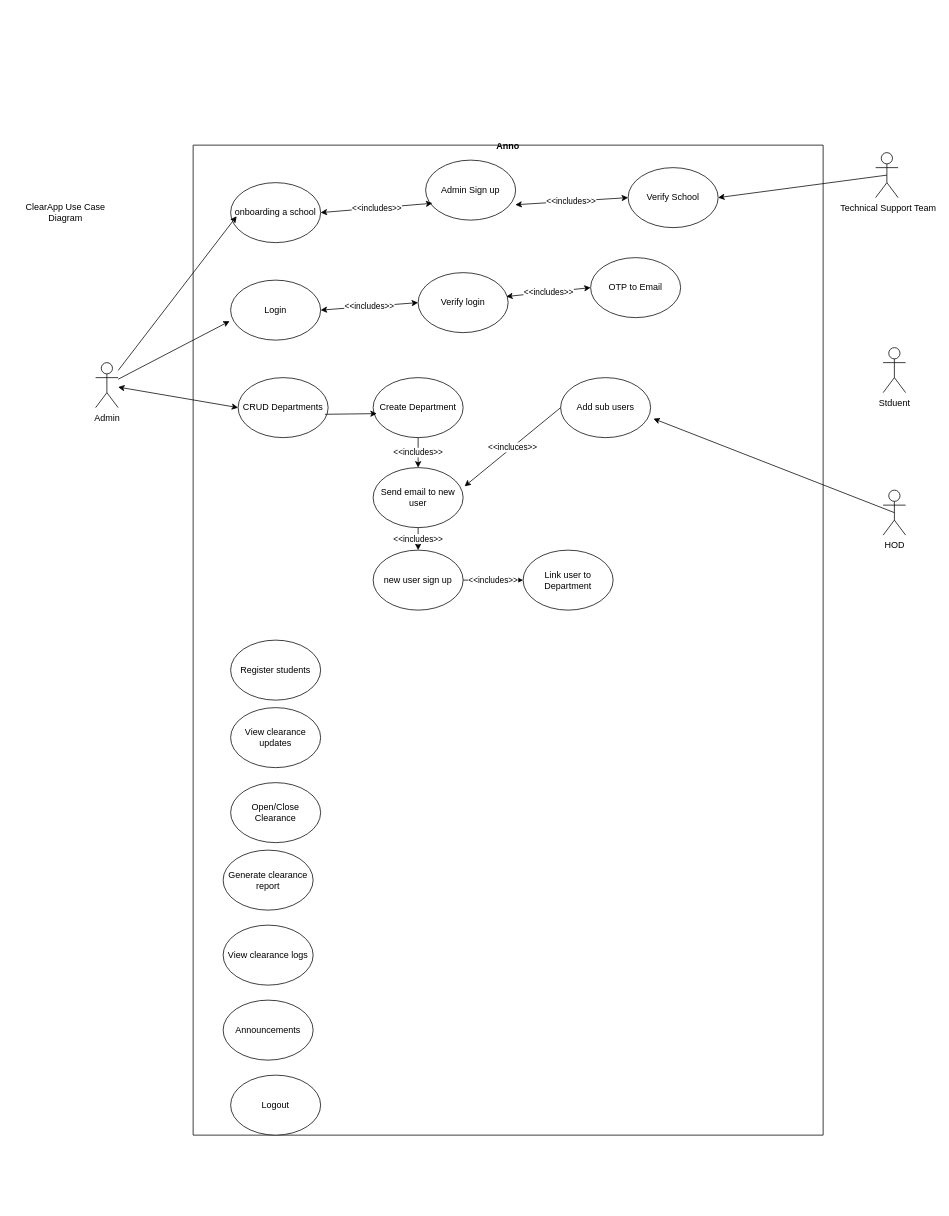
This is clearappuml.drawio from Reneboa-ITS/diagrams, a draw.io file, before an edit. Source tidied: cells renumbered, new cells numbered last; positions are measured from the earlier drawing's top-left corner, leaving out a move shared by most shapes. Both pictures are drawn from the tidied source at 75%, with x=0, y=0 at pixel (13, 145).
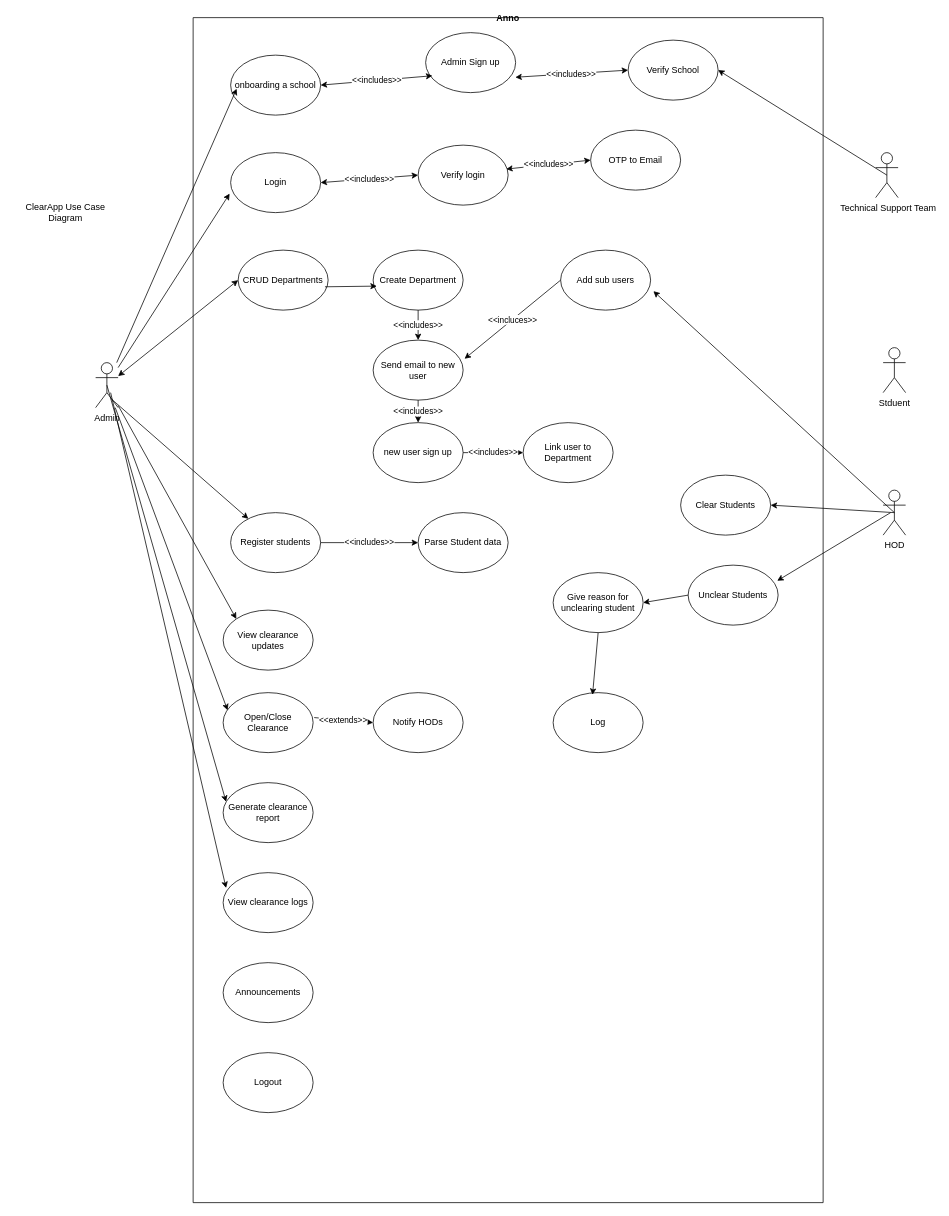
Above is the later version.

Unchanged cells that the change refers to:
```xml
<mxCell id="6" value="Register students" style="ellipse;whiteSpace=wrap;html=1;" parent="3" vertex="1">
  <mxGeometry x="50" y="660" width="120" height="80" as="geometry" />
</mxCell>
<mxCell id="32" value="Admin" style="shape=umlActor;verticalLabelPosition=bottom;verticalAlign=top;html=1;outlineConnect=0;" parent="1" vertex="1">
  <mxGeometry x="110" y="290" width="30" height="60" as="geometry" />
</mxCell>
<mxCell id="39" value="HOD&lt;div&gt;&lt;br&gt;&lt;/div&gt;" style="shape=umlActor;verticalLabelPosition=bottom;verticalAlign=top;html=1;outlineConnect=0;" parent="1" vertex="1">
  <mxGeometry x="1160" y="460" width="30" height="60" as="geometry" />
</mxCell>
```

What changed in the source:
```diff
@@
     <mxCell id="3" value="Anno" style="swimlane;startSize=0;" parent="1" vertex="1">
-      <mxGeometry x="240" width="840" height="1320" as="geometry" />
+      <mxGeometry x="240" y="-170" width="840" height="1580" as="geometry" />
     </mxCell>
@@
     <mxCell id="7" value="Logout" style="ellipse;whiteSpace=wrap;html=1;" parent="3" vertex="1">
-      <mxGeometry x="50" y="1240" width="120" height="80" as="geometry" />
+      <mxGeometry x="40" y="1380" width="120" height="80" as="geometry" />
     </mxCell>
     <mxCell id="8" value="Open/Close Clearance" style="ellipse;whiteSpace=wrap;html=1;" parent="3" vertex="1">
-      <mxGeometry x="50" y="850" width="120" height="80" as="geometry" />
+      <mxGeometry x="40" y="900" width="120" height="80" as="geometry" />
     </mxCell>
@@
     <mxCell id="10" value="View clearance updates" style="ellipse;whiteSpace=wrap;html=1;" parent="3" vertex="1">
-      <mxGeometry x="50" y="750" width="120" height="80" as="geometry" />
+      <mxGeometry x="40" y="790" width="120" height="80" as="geometry" />
     </mxCell>
     <mxCell id="11" value="Generate clearance report" style="ellipse;whiteSpace=wrap;html=1;" parent="3" vertex="1">
-      <mxGeometry x="40" y="940" width="120" height="80" as="geometry" />
+      <mxGeometry x="40" y="1020" width="120" height="80" as="geometry" />
     </mxCell>
     <mxCell id="12" value="View clearance logs" style="ellipse;whiteSpace=wrap;html=1;" parent="3" vertex="1">
-      <mxGeometry x="40" y="1040" width="120" height="80" as="geometry" />
+      <mxGeometry x="40" y="1140" width="120" height="80" as="geometry" />
     </mxCell>
     <mxCell id="13" value="Announcements" style="ellipse;whiteSpace=wrap;html=1;" parent="3" vertex="1">
-      <mxGeometry x="40" y="1140" width="120" height="80" as="geometry" />
+      <mxGeometry x="40" y="1260" width="120" height="80" as="geometry" />
     </mxCell>
@@
+    <mxCell id="41" value="Parse Student data" style="ellipse;whiteSpace=wrap;html=1;" parent="3" vertex="1">
+      <mxGeometry x="300" y="660" width="120" height="80" as="geometry" />
+    </mxCell>
+    <mxCell id="42" value="&amp;lt;&amp;lt;includes&amp;gt;&amp;gt;" style="endArrow=classic;html=1;rounded=0;exitX=1;exitY=0.5;exitDx=0;exitDy=0;entryX=0;entryY=0.5;entryDx=0;entryDy=0;" parent="3" edge="1" source="6" target="41">
+      <mxGeometry relative="1" as="geometry" />
+    </mxCell>
+    <mxCell id="43" value="Notify HODs" style="ellipse;whiteSpace=wrap;html=1;" parent="3" vertex="1">
+      <mxGeometry x="240" y="900" width="120" height="80" as="geometry" />
+    </mxCell>
+    <mxCell id="44" value="&amp;lt;&amp;lt;extends&amp;gt;&amp;gt;" style="endArrow=classic;html=1;rounded=0;exitX=1.012;exitY=0.416;exitDx=0;exitDy=0;exitPerimeter=0;entryX=0;entryY=0.5;entryDx=0;entryDy=0;" parent="3" edge="1" source="8" target="43">
+      <mxGeometry relative="1" as="geometry" />
+    </mxCell>
+    <mxCell id="45" value="Clear Students" style="ellipse;whiteSpace=wrap;html=1;" parent="3" vertex="1">
+      <mxGeometry x="650" y="610" width="120" height="80" as="geometry" />
+    </mxCell>
+    <mxCell id="46" value="Unclear Students" style="ellipse;whiteSpace=wrap;html=1;" parent="3" vertex="1">
+      <mxGeometry x="660" y="730" width="120" height="80" as="geometry" />
+    </mxCell>
+    <mxCell id="47" value="Give reason for unclearing student" style="ellipse;whiteSpace=wrap;html=1;" parent="3" vertex="1">
+      <mxGeometry x="480" y="740" width="120" height="80" as="geometry" />
+    </mxCell>
+    <mxCell id="48" value="Log" style="ellipse;whiteSpace=wrap;html=1;" parent="3" vertex="1">
+      <mxGeometry x="480" y="900" width="120" height="80" as="geometry" />
+    </mxCell>
+    <mxCell id="49" style="endArrow=classic;html=1;rounded=0;exitX=0;exitY=0.5;exitDx=0;exitDy=0;entryX=1;entryY=0.5;entryDx=0;entryDy=0;" parent="3" edge="1" source="46" target="47">
+      <mxGeometry relative="1" as="geometry" />
+    </mxCell>
+    <mxCell id="50" style="endArrow=classic;html=1;rounded=0;exitX=0.5;exitY=1;exitDx=0;exitDy=0;entryX=0.438;entryY=0.036;entryDx=0;entryDy=0;entryPerimeter=0;" parent="3" edge="1" source="47" target="48">
+      <mxGeometry relative="1" as="geometry" />
+    </mxCell>
@@
+    <mxCell id="51" style="endArrow=classic;html=1;rounded=0;exitX=0.7;exitY=0.808;exitDx=0;exitDy=0;exitPerimeter=0;" parent="1" edge="1" source="32" target="6">
+      <mxGeometry relative="1" as="geometry" />
+    </mxCell>
+    <mxCell id="52" style="endArrow=classic;html=1;rounded=0;entryX=0;entryY=0;entryDx=0;entryDy=0;" parent="1" edge="1" source="32" target="10">
+      <mxGeometry relative="1" as="geometry" />
+    </mxCell>
+    <mxCell id="53" style="endArrow=classic;html=1;rounded=0;entryX=0.05;entryY=0.294;entryDx=0;entryDy=0;entryPerimeter=0;" parent="1" edge="1" source="32" target="8">
+      <mxGeometry relative="1" as="geometry" />
+    </mxCell>
+    <mxCell id="54" style="endArrow=classic;html=1;rounded=0;exitX=0.5;exitY=0.5;exitDx=0;exitDy=0;exitPerimeter=0;entryX=0.033;entryY=0.319;entryDx=0;entryDy=0;entryPerimeter=0;" parent="1" edge="1" source="32" target="11">
+      <mxGeometry relative="1" as="geometry" />
+    </mxCell>
+    <mxCell id="55" style="endArrow=classic;html=1;rounded=0;entryX=0.033;entryY=0.256;entryDx=0;entryDy=0;entryPerimeter=0;" parent="1" edge="1" target="12">
+      <mxGeometry relative="1" as="geometry">
+        <mxPoint x="130" y="330" as="sourcePoint" />
+      </mxGeometry>
+    </mxCell>
+    <mxCell id="56" style="endArrow=classic;html=1;rounded=0;exitX=0.5;exitY=0.5;exitDx=0;exitDy=0;exitPerimeter=0;entryX=1;entryY=0.5;entryDx=0;entryDy=0;" parent="1" edge="1" source="39" target="45">
+      <mxGeometry relative="1" as="geometry" />
+    </mxCell>
+    <mxCell id="57" style="endArrow=classic;html=1;rounded=0;entryX=0.99;entryY=0.261;entryDx=0;entryDy=0;entryPerimeter=0;" parent="1" edge="1" target="46">
+      <mxGeometry relative="1" as="geometry">
+        <mxPoint x="1170" y="490" as="sourcePoint" />
+      </mxGeometry>
+    </mxCell>
```
